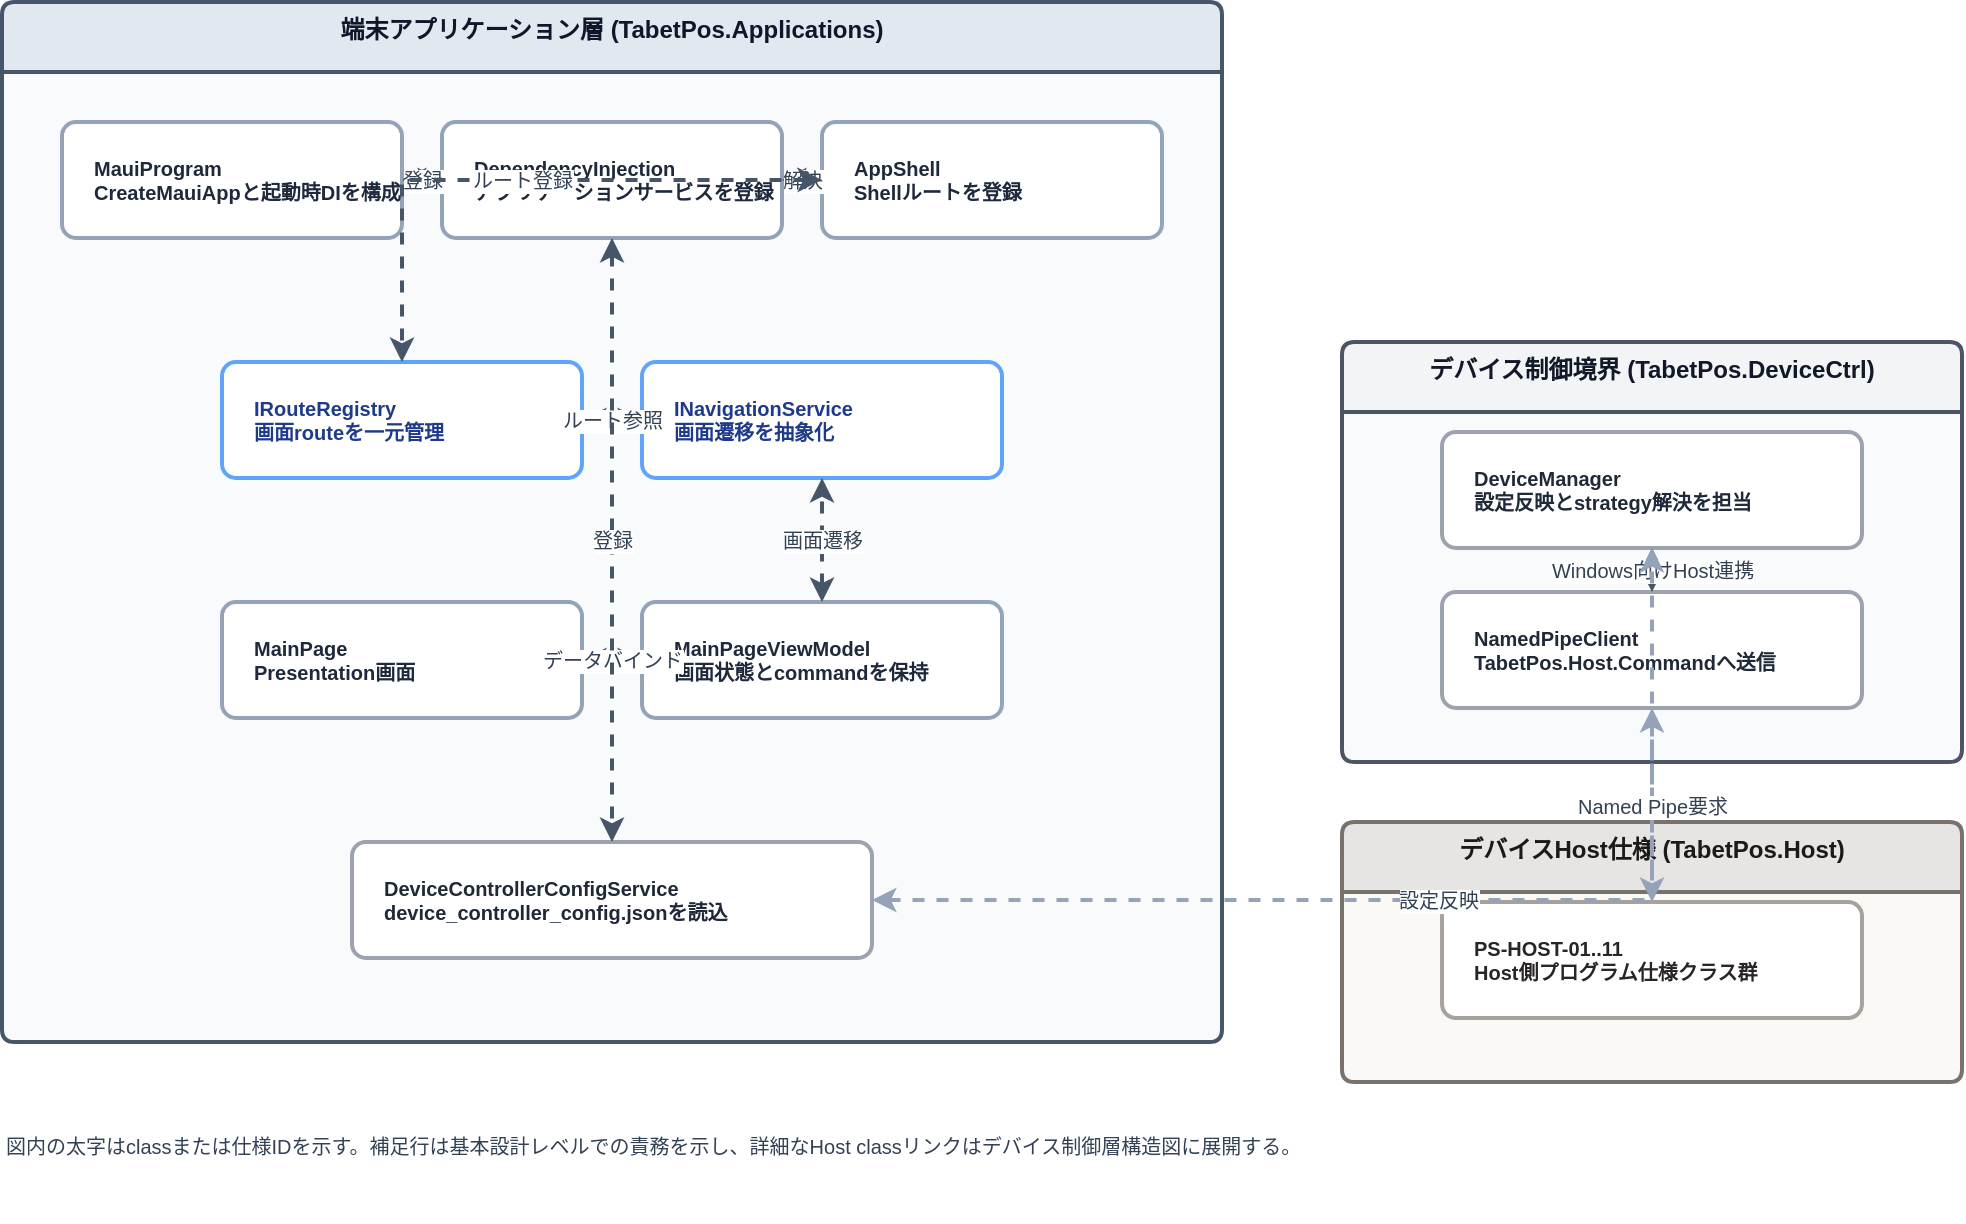
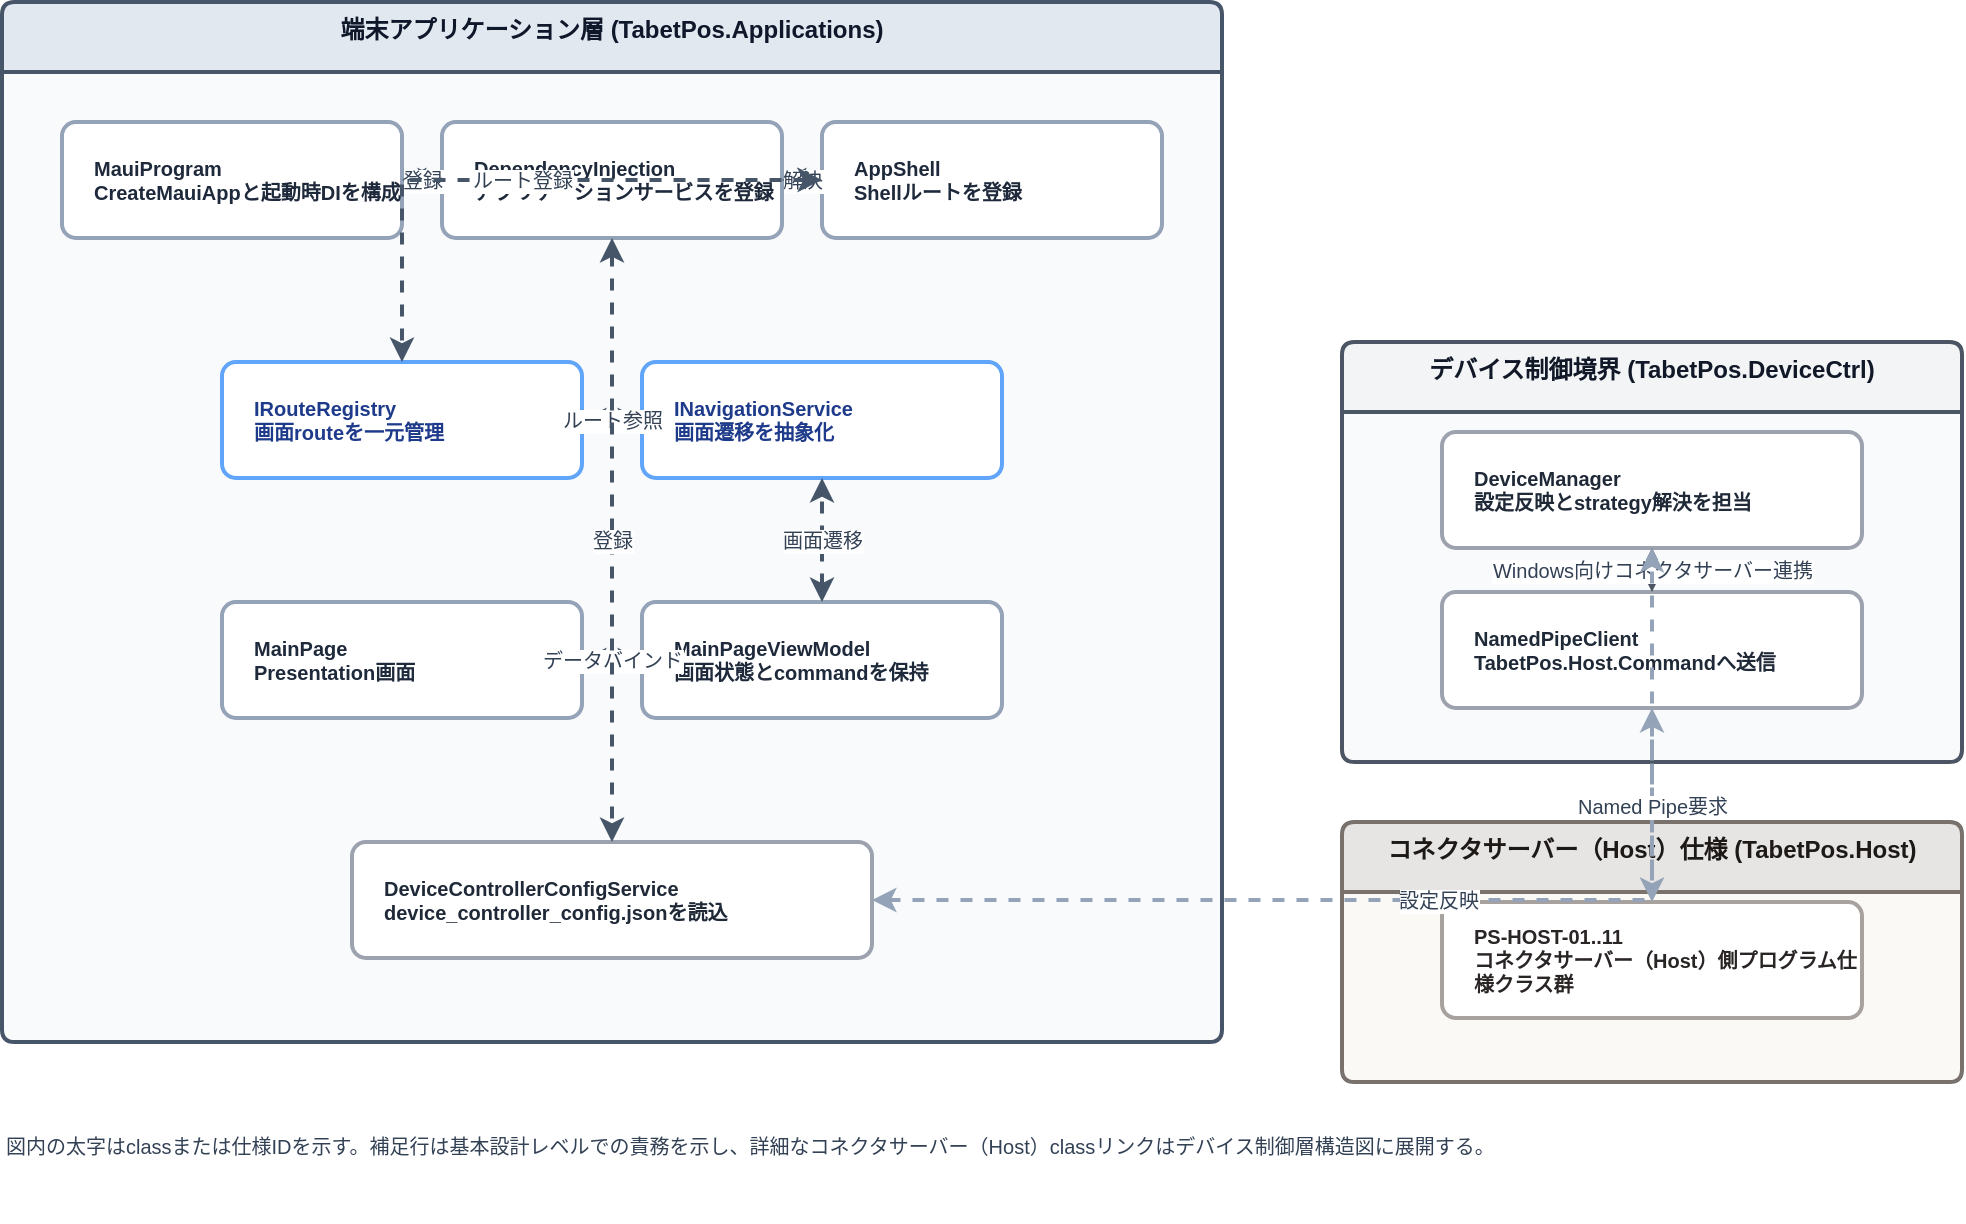
<?xml version='1.0' encoding='utf-8'?>
<mxfile host="65bd71144e">
    <diagram name="Page-1" id="generated-architecture">
        <mxGraphModel dx="135" dy="784" grid="1" gridSize="10" guides="1" tooltips="1" connect="1" arrows="1" fold="1" page="1" pageScale="1" pageWidth="1100" pageHeight="850" background="#ffffff" math="0" shadow="0">
            <root>
                <mxCell id="0" />
                <mxCell id="1" parent="0" />
                <mxCell id="c_app" value="端末アプリケーション層 (TabetPos.Applications)" style="swimlane;html=1;whiteSpace=wrap;fontStyle=1;align=center;verticalAlign=top;fillColor=#E2E8F0;swimlaneFillColor=#F8FAFC;strokeColor=#475569;strokeWidth=2;rounded=1;arcSize=6;collapsible=0;recursiveResize=0;startSize=35;fontColor=#0F172A;fontSize=12;" parent="1" vertex="1">
                    <mxGeometry x="40" y="70" width="610" height="520" as="geometry" />
                </mxCell>
                <mxCell id="n_mauiprogram" value="&lt;b&gt;MauiProgram&lt;/b&gt;&lt;br/&gt;CreateMauiAppと起動時DIを構成" style="rounded=1;whiteSpace=wrap;html=1;arcSize=12;fillColor=#FFFFFF;strokeColor=#94A3B8;strokeWidth=2;fontStyle=1;fontColor=#1E293B;align=left;spacingLeft=14;fontSize=10;" parent="c_app" vertex="1">
                    <mxGeometry x="30" y="60" width="170" height="58" as="geometry" />
                </mxCell>
                <mxCell id="n_di" value="&lt;b&gt;DependencyInjection&lt;/b&gt;&lt;br/&gt;アプリケーションサービスを登録" style="rounded=1;whiteSpace=wrap;html=1;arcSize=12;fillColor=#FFFFFF;strokeColor=#94A3B8;strokeWidth=2;fontStyle=1;fontColor=#1E293B;align=left;spacingLeft=14;fontSize=10;" parent="c_app" vertex="1">
                    <mxGeometry x="220" y="60" width="170" height="58" as="geometry" />
                </mxCell>
                <mxCell id="n_appshell" value="&lt;b&gt;AppShell&lt;/b&gt;&lt;br/&gt;Shellルートを登録" style="rounded=1;whiteSpace=wrap;html=1;arcSize=12;fillColor=#FFFFFF;strokeColor=#94A3B8;strokeWidth=2;fontStyle=1;fontColor=#1E293B;align=left;spacingLeft=14;fontSize=10;" parent="c_app" vertex="1">
                    <mxGeometry x="410" y="60" width="170" height="58" as="geometry" />
                </mxCell>
                <mxCell id="n_route" value="&lt;b&gt;IRouteRegistry&lt;/b&gt;&lt;br/&gt;画面routeを一元管理" style="rounded=1;whiteSpace=wrap;html=1;arcSize=12;fillColor=#FFFFFF;strokeColor=#60A5FA;strokeWidth=2;fontStyle=1;fontColor=#1E3A8A;align=left;spacingLeft=14;fontSize=10;" parent="c_app" vertex="1">
                    <mxGeometry x="110" y="180" width="180" height="58" as="geometry" />
                </mxCell>
                <mxCell id="n_nav" value="&lt;b&gt;INavigationService&lt;/b&gt;&lt;br/&gt;画面遷移を抽象化" style="rounded=1;whiteSpace=wrap;html=1;arcSize=12;fillColor=#FFFFFF;strokeColor=#60A5FA;strokeWidth=2;fontStyle=1;fontColor=#1E3A8A;align=left;spacingLeft=14;fontSize=10;" parent="c_app" vertex="1">
                    <mxGeometry x="320" y="180" width="180" height="58" as="geometry" />
                </mxCell>
                <mxCell id="n_mainpage" value="&lt;b&gt;MainPage&lt;/b&gt;&lt;br/&gt;Presentation画面" style="rounded=1;whiteSpace=wrap;html=1;arcSize=12;fillColor=#FFFFFF;strokeColor=#94A3B8;strokeWidth=2;fontStyle=1;fontColor=#1E293B;align=left;spacingLeft=14;fontSize=10;" parent="c_app" vertex="1">
                    <mxGeometry x="110" y="300" width="180" height="58" as="geometry" />
                </mxCell>
                <mxCell id="n_mainvm" value="&lt;b&gt;MainPageViewModel&lt;/b&gt;&lt;br/&gt;画面状態とcommandを保持" style="rounded=1;whiteSpace=wrap;html=1;arcSize=12;fillColor=#FFFFFF;strokeColor=#94A3B8;strokeWidth=2;fontStyle=1;fontColor=#1E293B;align=left;spacingLeft=14;fontSize=10;" parent="c_app" vertex="1">
                    <mxGeometry x="320" y="300" width="180" height="58" as="geometry" />
                </mxCell>
                <mxCell id="n_config" value="&lt;b&gt;DeviceControllerConfigService&lt;/b&gt;&lt;br/&gt;device_controller_config.jsonを読込" style="rounded=1;whiteSpace=wrap;html=1;arcSize=12;fillColor=#FFFFFF;strokeColor=#9CA3AF;strokeWidth=2;fontStyle=1;fontColor=#1F2937;align=left;spacingLeft=14;fontSize=10;" parent="c_app" vertex="1">
                    <mxGeometry x="175" y="420" width="260" height="58" as="geometry" />
                </mxCell>
                <mxCell id="c_device" value="デバイス制御境界 (TabetPos.DeviceCtrl)" style="swimlane;html=1;whiteSpace=wrap;fontStyle=1;align=center;verticalAlign=top;fillColor=#F3F4F6;swimlaneFillColor=#F9FAFB;strokeColor=#4B5563;strokeWidth=2;rounded=1;arcSize=6;collapsible=0;recursiveResize=0;startSize=35;fontColor=#111827;fontSize=12;" parent="1" vertex="1">
                    <mxGeometry x="710" y="240" width="310" height="210" as="geometry" />
                </mxCell>
                <mxCell id="n_devicemanager" value="&lt;b&gt;DeviceManager&lt;/b&gt;&lt;br/&gt;設定反映とstrategy解決を担当" style="rounded=1;whiteSpace=wrap;html=1;arcSize=12;fillColor=#FFFFFF;strokeColor=#9CA3AF;strokeWidth=2;fontStyle=1;fontColor=#1F2937;align=left;spacingLeft=14;fontSize=10;" parent="c_device" vertex="1">
                    <mxGeometry x="50" y="45" width="210" height="58" as="geometry" />
                </mxCell>
                <mxCell id="n_namedpipe" value="&lt;b&gt;NamedPipeClient&lt;/b&gt;&lt;br/&gt;TabetPos.Host.Commandへ送信" style="rounded=1;whiteSpace=wrap;html=1;arcSize=12;fillColor=#FFFFFF;strokeColor=#9CA3AF;strokeWidth=2;fontStyle=1;fontColor=#1F2937;align=left;spacingLeft=14;fontSize=10;" parent="c_device" vertex="1">
                    <mxGeometry x="50" y="125" width="210" height="58" as="geometry" />
                </mxCell>
-                 <mxCell id="c_host" value="デバイスHost仕様 (TabetPos.Host)" style="swimlane;html=1;whiteSpace=wrap;fontStyle=1;align=center;verticalAlign=top;fillColor=#E7E5E4;swimlaneFillColor=#FAF9F6;strokeColor=#78716C;strokeWidth=2;rounded=1;arcSize=6;collapsible=0;recursiveResize=0;startSize=35;fontColor=#1C1917;fontSize=12;" parent="1" vertex="1">
+                 <mxCell id="c_host" value="コネクタサーバー（Host）仕様 (TabetPos.Host)" style="swimlane;html=1;whiteSpace=wrap;fontStyle=1;align=center;verticalAlign=top;fillColor=#E7E5E4;swimlaneFillColor=#FAF9F6;strokeColor=#78716C;strokeWidth=2;rounded=1;arcSize=6;collapsible=0;recursiveResize=0;startSize=35;fontColor=#1C1917;fontSize=12;" parent="1" vertex="1">
                    <mxGeometry x="710" y="480" width="310" height="130" as="geometry" />
                </mxCell>
-                 <mxCell id="n_host_specs" value="&lt;b&gt;PS-HOST-01..11&lt;/b&gt;&lt;br/&gt;Host側プログラム仕様クラス群" style="rounded=1;whiteSpace=wrap;html=1;arcSize=12;fillColor=#FFFFFF;strokeColor=#A8A29E;strokeWidth=2;fontStyle=1;fontColor=#292524;align=left;spacingLeft=14;fontSize=10;" parent="c_host" vertex="1" link="../../program-specs/PS-01_タブレットPOS_ホストデバイス制御方式/">
+                 <mxCell id="n_host_specs" value="&lt;b&gt;PS-HOST-01..11&lt;/b&gt;&lt;br/&gt;コネクタサーバー（Host）側プログラム仕様クラス群" style="rounded=1;whiteSpace=wrap;html=1;arcSize=12;fillColor=#FFFFFF;strokeColor=#A8A29E;strokeWidth=2;fontStyle=1;fontColor=#292524;align=left;spacingLeft=14;fontSize=10;" parent="c_host" vertex="1" link="../../program-specs/PS-01_タブレットDCS_コネクタサーバー制御方式/">
                    <mxGeometry x="50" y="40" width="210" height="58" as="geometry" />
                </mxCell>
                <mxCell id="e_maui_di" value="登録" style="edgeStyle=orthogonalEdgeStyle;rounded=0;orthogonalLoop=1;jettySize=auto;html=1;strokeColor=#475569;strokeWidth=2;startArrow=classic;endArrow=classic;fontColor=#334155;fontSize=10;labelBackgroundColor=#FFFFFF;dashed=1;" parent="c_app" source="n_mauiprogram" target="n_di" edge="1">
                    <mxGeometry relative="1" as="geometry" />
                </mxCell>
                <mxCell id="e_di_shell" value="解決" style="edgeStyle=orthogonalEdgeStyle;rounded=0;orthogonalLoop=1;jettySize=auto;html=1;strokeColor=#475569;strokeWidth=2;startArrow=classic;endArrow=classic;fontColor=#334155;fontSize=10;labelBackgroundColor=#FFFFFF;dashed=1;" parent="c_app" source="n_di" target="n_appshell" edge="1">
                    <mxGeometry relative="1" as="geometry" />
                </mxCell>
                <mxCell id="e_shell_route" value="ルート登録" style="edgeStyle=orthogonalEdgeStyle;rounded=0;orthogonalLoop=1;jettySize=auto;html=1;strokeColor=#475569;strokeWidth=2;startArrow=classic;endArrow=classic;fontColor=#334155;fontSize=10;labelBackgroundColor=#FFFFFF;dashed=1;" parent="c_app" source="n_appshell" target="n_route" edge="1">
                    <mxGeometry relative="1" as="geometry" />
                </mxCell>
                <mxCell id="e_nav_route" value="ルート参照" style="edgeStyle=orthogonalEdgeStyle;rounded=0;orthogonalLoop=1;jettySize=auto;html=1;strokeColor=#475569;strokeWidth=2;startArrow=classic;endArrow=classic;fontColor=#334155;fontSize=10;labelBackgroundColor=#FFFFFF;dashed=1;" parent="c_app" source="n_nav" target="n_route" edge="1">
                    <mxGeometry relative="1" as="geometry" />
                </mxCell>
                <mxCell id="e_page_vm" value="データバインド" style="edgeStyle=orthogonalEdgeStyle;rounded=0;orthogonalLoop=1;jettySize=auto;html=1;strokeColor=#475569;strokeWidth=2;startArrow=classic;endArrow=classic;fontColor=#334155;fontSize=10;labelBackgroundColor=#FFFFFF;dashed=1;" parent="c_app" source="n_mainpage" target="n_mainvm" edge="1">
                    <mxGeometry relative="1" as="geometry" />
                </mxCell>
                <mxCell id="e_vm_nav" value="画面遷移" style="edgeStyle=orthogonalEdgeStyle;rounded=0;orthogonalLoop=1;jettySize=auto;html=1;strokeColor=#475569;strokeWidth=2;startArrow=classic;endArrow=classic;fontColor=#334155;fontSize=10;labelBackgroundColor=#FFFFFF;dashed=1;" parent="c_app" source="n_mainvm" target="n_nav" edge="1">
                    <mxGeometry relative="1" as="geometry" />
                </mxCell>
                <mxCell id="e_di_config" value="登録" style="edgeStyle=orthogonalEdgeStyle;rounded=0;orthogonalLoop=1;jettySize=auto;html=1;strokeColor=#475569;strokeWidth=2;startArrow=classic;endArrow=classic;fontColor=#334155;fontSize=10;labelBackgroundColor=#FFFFFF;dashed=1;" parent="c_app" source="n_di" target="n_config" edge="1">
                    <mxGeometry relative="1" as="geometry" />
                </mxCell>
                <mxCell id="e_config_manager" value="設定反映" style="edgeStyle=orthogonalEdgeStyle;rounded=0;orthogonalLoop=1;jettySize=auto;html=1;strokeColor=#94A3B8;strokeWidth=2;startArrow=classic;endArrow=classic;fontColor=#334155;fontSize=10;labelBackgroundColor=#FFFFFF;dashed=1;" parent="1" source="n_config" target="n_devicemanager" edge="1">
                    <mxGeometry relative="1" as="geometry" />
                </mxCell>
-                 <mxCell id="e_manager_pipe" value="Windows向けHost連携" style="edgeStyle=orthogonalEdgeStyle;rounded=0;orthogonalLoop=1;jettySize=auto;html=1;strokeColor=#4B5563;strokeWidth=2;startArrow=classic;endArrow=classic;fontColor=#334155;fontSize=10;labelBackgroundColor=#FFFFFF;dashed=1;" parent="c_device" source="n_devicemanager" target="n_namedpipe" edge="1">
+                 <mxCell id="e_manager_pipe" value="Windows向けコネクタサーバー連携" style="edgeStyle=orthogonalEdgeStyle;rounded=0;orthogonalLoop=1;jettySize=auto;html=1;strokeColor=#4B5563;strokeWidth=2;startArrow=classic;endArrow=classic;fontColor=#334155;fontSize=10;labelBackgroundColor=#FFFFFF;dashed=1;" parent="c_device" source="n_devicemanager" target="n_namedpipe" edge="1">
                    <mxGeometry relative="1" as="geometry" />
                </mxCell>
                <mxCell id="e_pipe_host" value="Named Pipe要求" style="edgeStyle=orthogonalEdgeStyle;rounded=0;orthogonalLoop=1;jettySize=auto;html=1;strokeColor=#94A3B8;strokeWidth=2;startArrow=classic;endArrow=classic;fontColor=#334155;fontSize=10;labelBackgroundColor=#FFFFFF;dashed=1;" parent="1" source="n_namedpipe" target="n_host_specs" edge="1">
                    <mxGeometry relative="1" as="geometry" />
                </mxCell>
-                 <mxCell id="t_note" value="図内の太字はclassまたは仕様IDを示す。補足行は基本設計レベルでの責務を示し、詳細なHost classリンクはデバイス制御層構造図に展開する。" style="text;html=1;strokeColor=none;fillColor=none;align=left;verticalAlign=top;whiteSpace=wrap;rounded=0;fontSize=10;fontColor=#334155;" parent="1" vertex="1">
+                 <mxCell id="t_note" value="図内の太字はclassまたは仕様IDを示す。補足行は基本設計レベルでの責務を示し、詳細なコネクタサーバー（Host）classリンクはデバイス制御層構造図に展開する。" style="text;html=1;strokeColor=none;fillColor=none;align=left;verticalAlign=top;whiteSpace=wrap;rounded=0;fontSize=10;fontColor=#334155;" parent="1" vertex="1">
                    <mxGeometry x="40" y="630" width="980" height="50" as="geometry" />
                </mxCell>
            </root>
        </mxGraphModel>
    </diagram>
- </mxfile>+ </mxfile>
